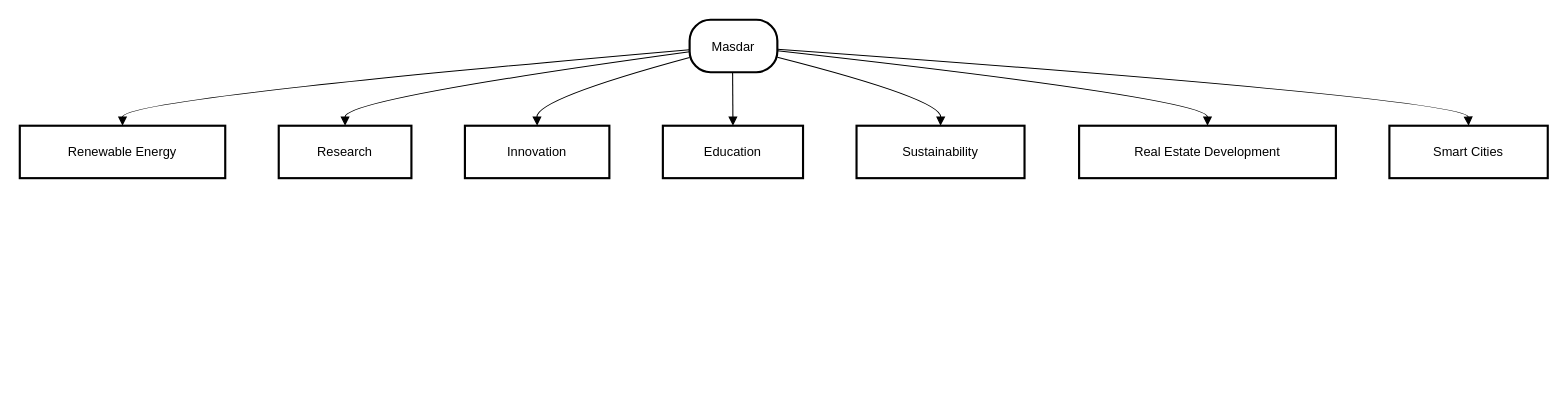
Earlier version of the draw.io diagram Untitled Diagram.drawio (Hamadsai001/Test). Source tidied: cells renumbered, new cells numbered last; positions are measured from the earlier drawing's top-left corner, leaving out a move shared by most shapes. Both pictures are drawn from the tidied source at 107%, with x=0, y=0 at pixel (19, 19).
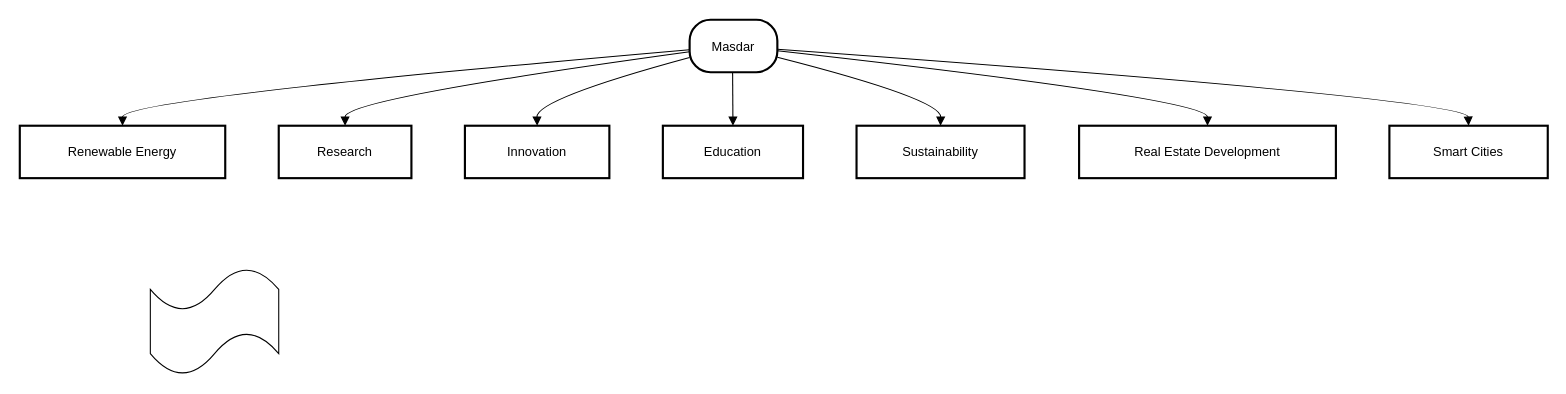
Above is the later version.

The edit, as a diff of the source:
```diff
@@
+    <mxCell id="17" style="shape=tape;whiteSpace=wrap;html=1;" parent="1" vertex="1">
+      <mxGeometry x="122" y="232" width="120" height="100" as="geometry" />
+    </mxCell>
```
